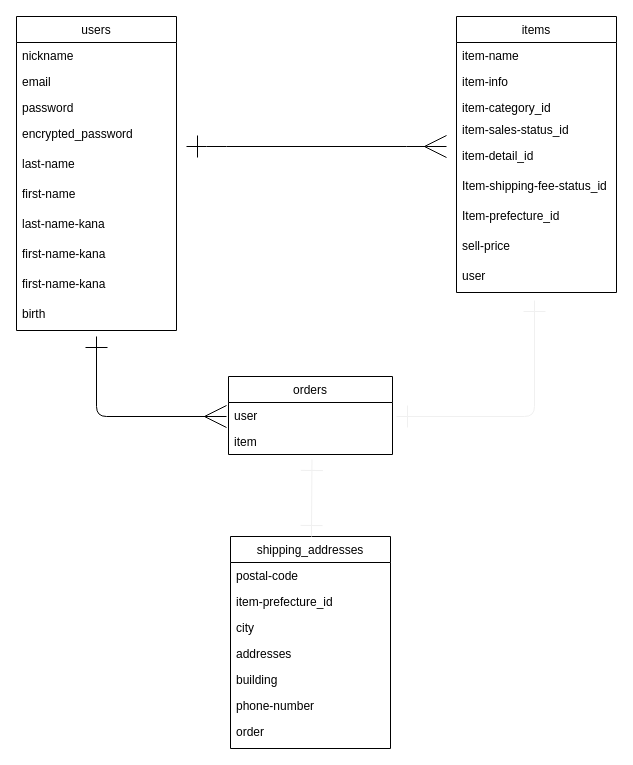
HiroDragon3/furima-34298 keeps this draw.io diagram as furima.dio. Above is the earlier version. Source tidied: cells renumbered, new cells numbered last; positions are measured from the earlier drawing's top-left corner, leaving out a move shared by most shapes. Both pictures are drawn from the tidied source at 100%, with x=0, y=0 at pixel (16, 16).
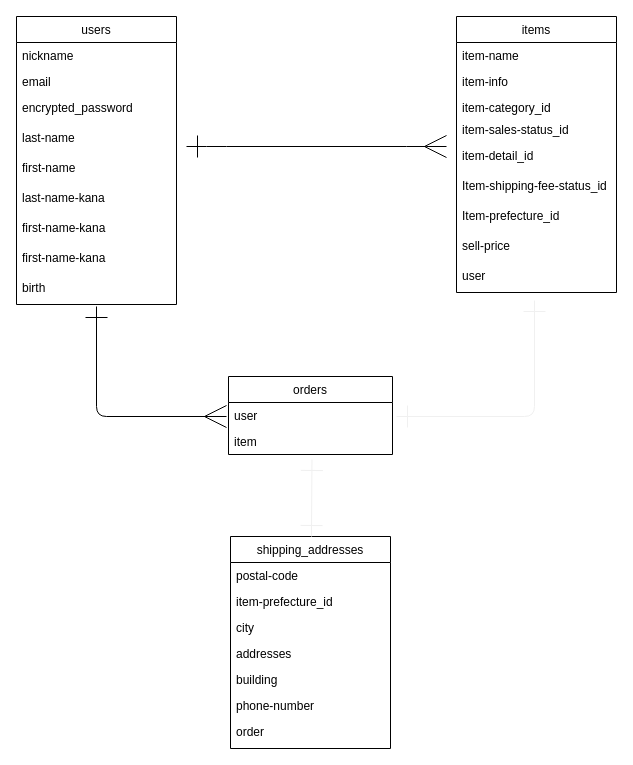
After the change.

Commit message:
データベース設計　修正6

The edit, as a diff of the source:
```diff
@@
     <mxCell id="2" value="users" style="swimlane;fontStyle=0;horizontal=1;startSize=26;fillColor=none;" parent="1" vertex="1">
-      <mxGeometry width="160" height="314" as="geometry" />
+      <mxGeometry width="160" height="288" as="geometry" />
     </mxCell>
@@
-    <mxCell id="5" value="password" style="text;strokeColor=none;fillColor=none;align=left;verticalAlign=top;spacingLeft=4;spacingRight=4;overflow=hidden;" parent="2" vertex="1">
-      <mxGeometry y="78" width="160" height="26" as="geometry" />
-    </mxCell>
     <mxCell id="6" value="encrypted_password" style="text;strokeColor=none;fillColor=none;spacingLeft=4;spacingRight=4;overflow=hidden;fontSize=12;" parent="2" vertex="1">
-      <mxGeometry y="104" width="160" height="30" as="geometry" />
+      <mxGeometry y="78" width="160" height="30" as="geometry" />
     </mxCell>
     <mxCell id="7" value="last-name" style="text;strokeColor=none;fillColor=none;spacingLeft=4;spacingRight=4;overflow=hidden;fontSize=12;" parent="2" vertex="1">
-      <mxGeometry y="134" width="160" height="30" as="geometry" />
+      <mxGeometry y="108" width="160" height="30" as="geometry" />
     </mxCell>
     <mxCell id="8" value="first-name" style="text;strokeColor=none;fillColor=none;spacingLeft=4;spacingRight=4;overflow=hidden;fontSize=12;" parent="2" vertex="1">
-      <mxGeometry y="164" width="160" height="30" as="geometry" />
+      <mxGeometry y="138" width="160" height="30" as="geometry" />
     </mxCell>
     <mxCell id="9" value="last-name-kana" style="text;strokeColor=none;fillColor=none;spacingLeft=4;spacingRight=4;overflow=hidden;fontSize=12;" parent="2" vertex="1">
-      <mxGeometry y="194" width="160" height="30" as="geometry" />
+      <mxGeometry y="168" width="160" height="30" as="geometry" />
     </mxCell>
     <mxCell id="10" value="first-name-kana" style="text;strokeColor=none;fillColor=none;spacingLeft=4;spacingRight=4;overflow=hidden;fontSize=12;" parent="2" vertex="1">
-      <mxGeometry y="224" width="160" height="30" as="geometry" />
+      <mxGeometry y="198" width="160" height="30" as="geometry" />
     </mxCell>
     <mxCell id="11" value="first-name-kana" style="text;strokeColor=none;fillColor=none;spacingLeft=4;spacingRight=4;overflow=hidden;fontSize=12;" parent="2" vertex="1">
-      <mxGeometry y="254" width="160" height="30" as="geometry" />
+      <mxGeometry y="228" width="160" height="30" as="geometry" />
     </mxCell>
     <mxCell id="12" value="birth" style="text;strokeColor=none;fillColor=none;spacingLeft=4;spacingRight=4;overflow=hidden;fontSize=12;" parent="2" vertex="1">
-      <mxGeometry y="284" width="160" height="30" as="geometry" />
+      <mxGeometry y="258" width="160" height="30" as="geometry" />
     </mxCell>
@@
     <mxCell id="37" style="endArrow=ERmany;html=1;startArrow=ERone;startFill=0;endSize=20;startSize=20;endFill=0;" parent="1" edge="1">
       <mxGeometry relative="1" as="geometry">
-        <mxPoint x="80" y="320" as="sourcePoint" />
+        <mxPoint x="80" y="290" as="sourcePoint" />
         <mxPoint x="210" y="400" as="targetPoint" />
         <Array as="points">
           <mxPoint x="80" y="400" />
         </Array>
       </mxGeometry>
     </mxCell>
```
